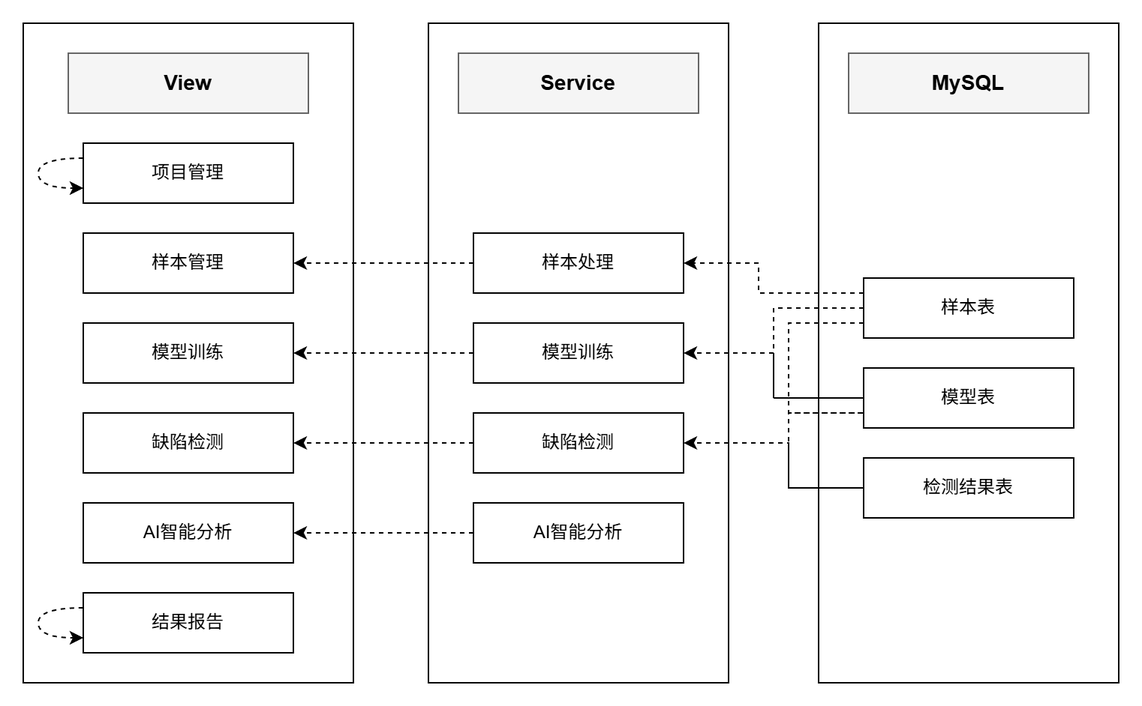
211250243/app keeps this draw.io diagram as 论文/thesis/images/系统总体架构设计图.png. Above is the earlier version. Source tidied: cells renumbered, new cells last; positions are measured from the earlier drawing's top-left corner, leaving out a move shared by most shapes. Its diagram source:
```xml
<mxGraphModel>
  <root>
    <mxCell id="0" />
    <mxCell id="1" parent="0" />
    <mxCell id="2" style="rounded=0;whiteSpace=wrap;html=1;" parent="1" vertex="1">
      <mxGeometry x="530" width="200" height="440" as="geometry" />
    </mxCell>
    <mxCell id="3" style="rounded=0;whiteSpace=wrap;html=1;" parent="1" vertex="1">
      <mxGeometry x="270" width="200" height="440" as="geometry" />
    </mxCell>
    <mxCell id="4" style="rounded=0;whiteSpace=wrap;html=1;" parent="1" vertex="1">
      <mxGeometry width="220" height="440" as="geometry" />
    </mxCell>
    <mxCell id="5" value="View" style="rounded=0;whiteSpace=wrap;html=1;fillColor=#f5f5f5;strokeColor=#666666;fontStyle=1;fontSize=14;" parent="1" vertex="1">
      <mxGeometry x="30" y="20" width="160" height="40" as="geometry" />
    </mxCell>
    <mxCell id="6" value="Service" style="rounded=0;whiteSpace=wrap;html=1;fillColor=#f5f5f5;strokeColor=#666666;fontStyle=1;fontSize=14;" parent="1" vertex="1">
      <mxGeometry x="290" y="20" width="160" height="40" as="geometry" />
    </mxCell>
    <mxCell id="7" value="MySQL" style="rounded=0;whiteSpace=wrap;html=1;fillColor=#f5f5f5;strokeColor=#666666;fontStyle=1;fontSize=14;" parent="1" vertex="1">
      <mxGeometry x="550" y="20" width="160" height="40" as="geometry" />
    </mxCell>
    <mxCell id="8" value="项目管理" style="rounded=0;whiteSpace=wrap;html=1;" parent="1" vertex="1">
      <mxGeometry x="40" y="80" width="140" height="40" as="geometry" />
    </mxCell>
    <mxCell id="9" value="样本管理" style="rounded=0;whiteSpace=wrap;html=1;" parent="1" vertex="1">
      <mxGeometry x="40" y="140" width="140" height="40" as="geometry" />
    </mxCell>
    <mxCell id="10" value="模型训练" style="rounded=0;whiteSpace=wrap;html=1;" parent="1" vertex="1">
      <mxGeometry x="40" y="200" width="140" height="40" as="geometry" />
    </mxCell>
    <mxCell id="11" value="缺陷检测" style="rounded=0;whiteSpace=wrap;html=1;" parent="1" vertex="1">
      <mxGeometry x="40" y="260" width="140" height="40" as="geometry" />
    </mxCell>
    <mxCell id="12" value="AI智能分析" style="rounded=0;whiteSpace=wrap;html=1;" parent="1" vertex="1">
      <mxGeometry x="40" y="320" width="140" height="40" as="geometry" />
    </mxCell>
    <mxCell id="13" value="结果报告" style="rounded=0;whiteSpace=wrap;html=1;" parent="1" vertex="1">
      <mxGeometry x="40" y="380" width="140" height="40" as="geometry" />
    </mxCell>
    <mxCell id="14" value="样本处理" style="rounded=0;whiteSpace=wrap;html=1;" parent="1" vertex="1">
      <mxGeometry x="300" y="140" width="140" height="40" as="geometry" />
    </mxCell>
    <mxCell id="15" value="模型训练" style="rounded=0;whiteSpace=wrap;html=1;" parent="1" vertex="1">
      <mxGeometry x="300" y="200" width="140" height="40" as="geometry" />
    </mxCell>
    <mxCell id="16" value="缺陷检测" style="rounded=0;whiteSpace=wrap;html=1;" parent="1" vertex="1">
      <mxGeometry x="300" y="260" width="140" height="40" as="geometry" />
    </mxCell>
    <mxCell id="17" value="AI智能分析" style="rounded=0;whiteSpace=wrap;html=1;" parent="1" vertex="1">
      <mxGeometry x="300" y="320" width="140" height="40" as="geometry" />
    </mxCell>
    <mxCell id="18" style="edgeStyle=orthogonalEdgeStyle;rounded=0;jettySize=auto;html=1;entryX=0;entryY=0.5;entryDx=0;entryDy=0;exitX=0;exitY=0.5;exitDx=0;exitDy=0;startArrow=none;startFill=0;dashed=1;endArrow=none;" parent="1" edge="1" source="21" target="24">
      <mxGeometry relative="1" as="geometry">
        <Array as="points">
          <mxPoint x="500" y="190" />
          <mxPoint x="500" y="250" />
        </Array>
      </mxGeometry>
    </mxCell>
    <mxCell id="19" style="edgeStyle=orthogonalEdgeStyle;rounded=0;jettySize=auto;html=1;entryX=1;entryY=0.5;entryDx=0;entryDy=0;dashed=1;" parent="1" edge="1" source="21" target="14">
      <mxGeometry relative="1" as="geometry">
        <Array as="points">
          <mxPoint x="490" y="180" />
          <mxPoint x="490" y="160" />
        </Array>
      </mxGeometry>
    </mxCell>
    <mxCell id="20" style="edgeStyle=orthogonalEdgeStyle;rounded=0;jettySize=auto;html=1;entryX=0;entryY=0.75;entryDx=0;entryDy=0;endArrow=none;startFill=0;dashed=1;" parent="1" edge="1" source="21" target="24">
      <mxGeometry relative="1" as="geometry">
        <Array as="points">
          <mxPoint x="510" y="200" />
          <mxPoint x="510" y="260" />
        </Array>
      </mxGeometry>
    </mxCell>
    <mxCell id="21" value="样本表" style="rounded=0;whiteSpace=wrap;html=1;" parent="1" vertex="1">
      <mxGeometry x="560" y="170" width="140" height="40" as="geometry" />
    </mxCell>
    <mxCell id="22" style="edgeStyle=orthogonalEdgeStyle;rounded=0;jettySize=auto;html=1;entryX=1;entryY=0.5;entryDx=0;entryDy=0;dashed=1;" parent="1" edge="1" source="24" target="15">
      <mxGeometry relative="1" as="geometry">
        <Array as="points">
          <mxPoint x="500" y="250" />
          <mxPoint x="500" y="220" />
        </Array>
      </mxGeometry>
    </mxCell>
    <mxCell id="23" style="edgeStyle=orthogonalEdgeStyle;rounded=0;jettySize=auto;html=1;entryX=0;entryY=0.5;entryDx=0;entryDy=0;endArrow=none;startFill=0;dashed=1;" parent="1" edge="1" source="24" target="26">
      <mxGeometry relative="1" as="geometry">
        <Array as="points">
          <mxPoint x="510" y="260" />
          <mxPoint x="510" y="310" />
        </Array>
      </mxGeometry>
    </mxCell>
    <mxCell id="24" value="模型表" style="rounded=0;whiteSpace=wrap;html=1;" parent="1" vertex="1">
      <mxGeometry x="560" y="230" width="140" height="40" as="geometry" />
    </mxCell>
    <mxCell id="25" style="edgeStyle=orthogonalEdgeStyle;rounded=0;jettySize=auto;html=1;entryX=1;entryY=0.5;entryDx=0;entryDy=0;dashed=1;" parent="1" edge="1" source="26" target="16">
      <mxGeometry relative="1" as="geometry">
        <Array as="points">
          <mxPoint x="510" y="310" />
          <mxPoint x="510" y="280" />
        </Array>
      </mxGeometry>
    </mxCell>
    <mxCell id="26" value="检测结果表" style="rounded=0;whiteSpace=wrap;html=1;" parent="1" vertex="1">
      <mxGeometry x="560" y="290" width="140" height="40" as="geometry" />
    </mxCell>
    <mxCell id="27" style="endArrow=classic;html=1;rounded=0;dashed=1;exitX=0;exitY=0.5;exitDx=0;exitDy=0;entryX=1;entryY=0.5;entryDx=0;entryDy=0;" parent="1" edge="1" source="14" target="9">
      <mxGeometry relative="1" as="geometry" />
    </mxCell>
    <mxCell id="28" style="endArrow=classic;html=1;rounded=0;dashed=1;exitX=0;exitY=0.5;exitDx=0;exitDy=0;entryX=1;entryY=0.5;entryDx=0;entryDy=0;" parent="1" edge="1" source="15" target="10">
      <mxGeometry relative="1" as="geometry" />
    </mxCell>
    <mxCell id="29" style="endArrow=classic;html=1;rounded=0;dashed=1;exitX=0;exitY=0.5;exitDx=0;exitDy=0;entryX=1;entryY=0.5;entryDx=0;entryDy=0;" parent="1" edge="1" source="16" target="11">
      <mxGeometry relative="1" as="geometry" />
    </mxCell>
    <mxCell id="30" style="endArrow=classic;html=1;rounded=0;dashed=1;exitX=0;exitY=0.5;exitDx=0;exitDy=0;entryX=1;entryY=0.5;entryDx=0;entryDy=0;" parent="1" edge="1" source="17" target="12">
      <mxGeometry relative="1" as="geometry" />
    </mxCell>
    <mxCell id="31" style="endArrow=classic;html=1;rounded=0;dashed=1;exitX=0;exitY=0.25;exitDx=0;exitDy=0;entryX=0;entryY=0.75;entryDx=0;entryDy=0;curved=1;" parent="1" edge="1" source="8" target="8">
      <mxGeometry relative="1" as="geometry">
        <Array as="points">
          <mxPoint x="10" y="90" />
          <mxPoint x="10" y="110" />
        </Array>
      </mxGeometry>
    </mxCell>
    <mxCell id="32" style="endArrow=classic;html=1;rounded=0;dashed=1;exitX=0;exitY=0.25;exitDx=0;exitDy=0;entryX=0;entryY=0.75;entryDx=0;entryDy=0;curved=1;" parent="1" edge="1" source="13" target="13">
      <mxGeometry relative="1" as="geometry">
        <Array as="points">
          <mxPoint x="10" y="390" />
          <mxPoint x="10" y="410" />
        </Array>
      </mxGeometry>
    </mxCell>
  </root>
</mxGraphModel>
```
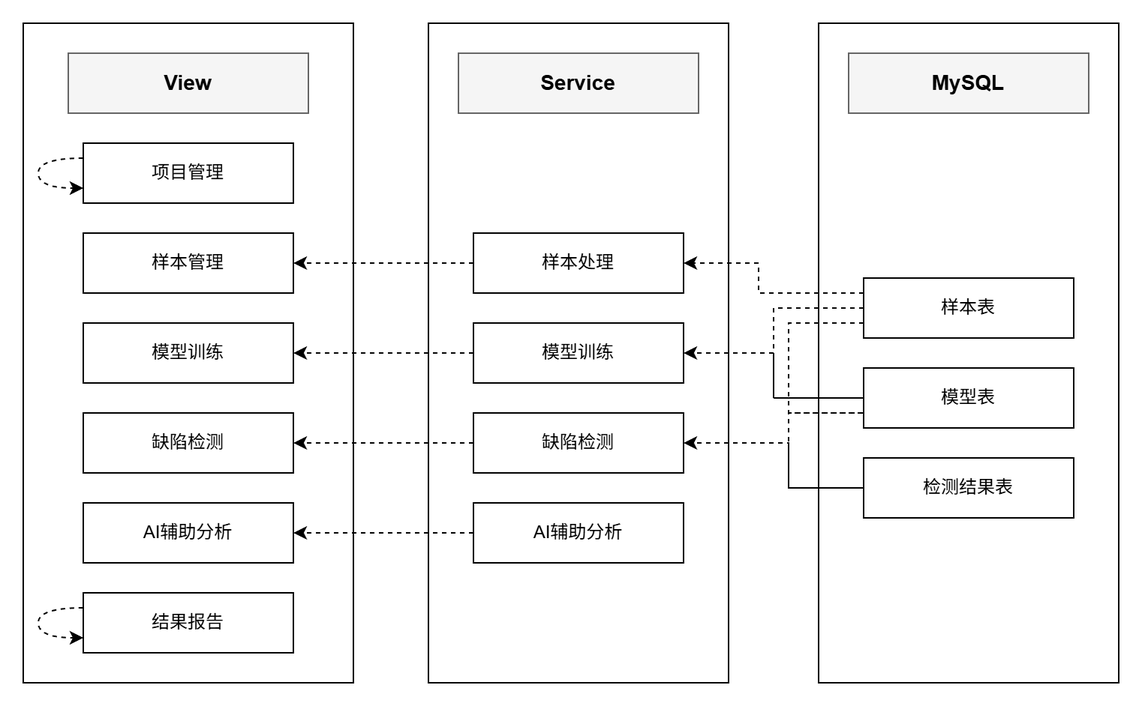
Above is the later version.

What changed in the source:
```diff
@@ -32,7 +32,7 @@
     <mxCell id="11" value="缺陷检测" style="rounded=0;whiteSpace=wrap;html=1;" parent="1" vertex="1">
       <mxGeometry x="40" y="260" width="140" height="40" as="geometry" />
     </mxCell>
-    <mxCell id="12" value="AI智能分析" style="rounded=0;whiteSpace=wrap;html=1;" parent="1" vertex="1">
+    <mxCell id="12" value="AI辅助分析" style="rounded=0;whiteSpace=wrap;html=1;" parent="1" vertex="1">
       <mxGeometry x="40" y="320" width="140" height="40" as="geometry" />
     </mxCell>
     <mxCell id="13" value="结果报告" style="rounded=0;whiteSpace=wrap;html=1;" parent="1" vertex="1">
@@ -47,7 +47,7 @@
     <mxCell id="16" value="缺陷检测" style="rounded=0;whiteSpace=wrap;html=1;" parent="1" vertex="1">
       <mxGeometry x="300" y="260" width="140" height="40" as="geometry" />
     </mxCell>
-    <mxCell id="17" value="AI智能分析" style="rounded=0;whiteSpace=wrap;html=1;" parent="1" vertex="1">
+    <mxCell id="17" value="AI辅助分析" style="rounded=0;whiteSpace=wrap;html=1;" parent="1" vertex="1">
       <mxGeometry x="300" y="320" width="140" height="40" as="geometry" />
     </mxCell>
     <mxCell id="18" style="edgeStyle=orthogonalEdgeStyle;rounded=0;jettySize=auto;html=1;entryX=0;entryY=0.5;entryDx=0;entryDy=0;exitX=0;exitY=0.5;exitDx=0;exitDy=0;startArrow=none;startFill=0;dashed=1;endArrow=none;" parent="1" edge="1" source="21" target="24">
```
